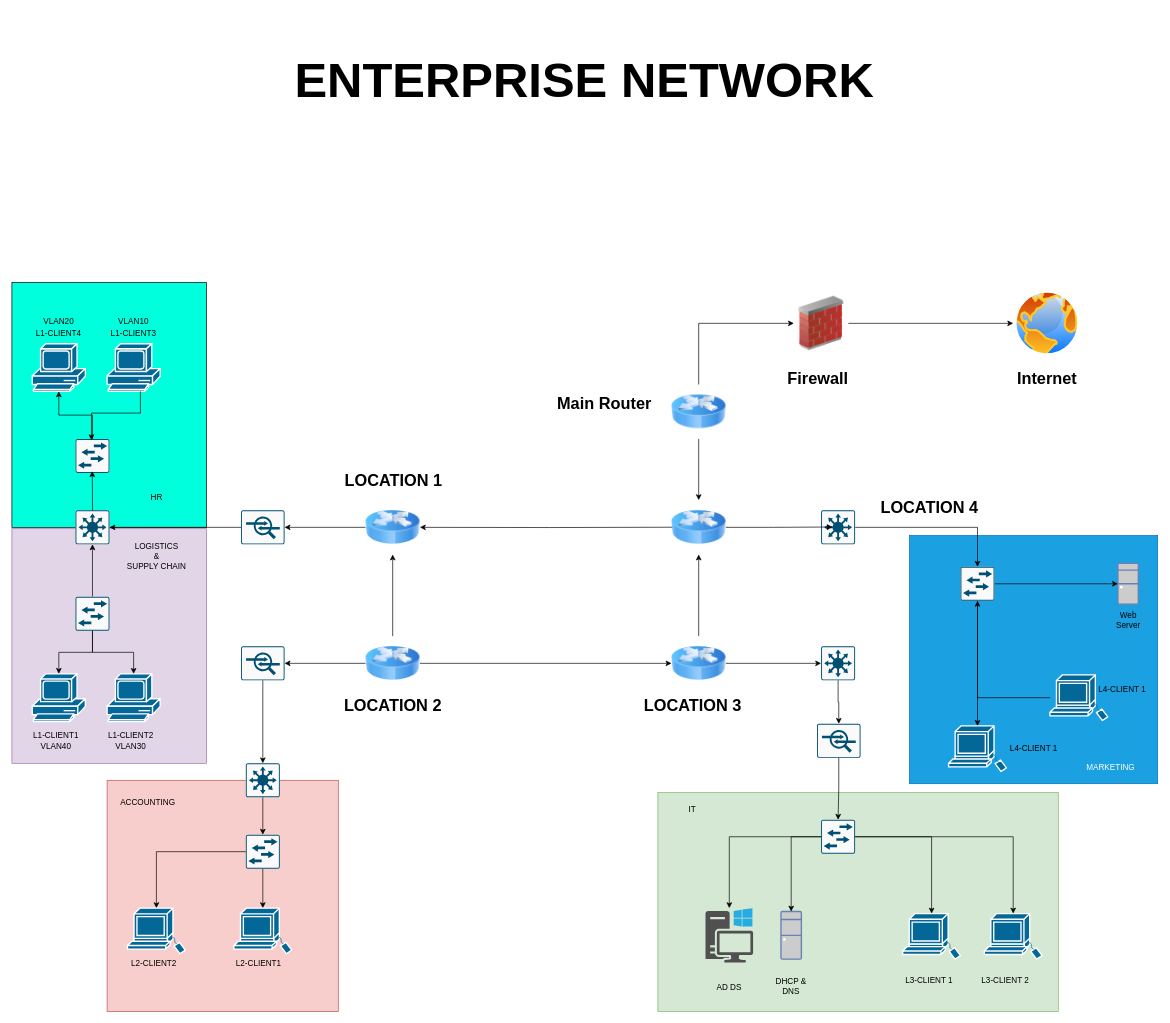
Before: diagrams/Enterprise network-01.drawio in james807/networks, a draw.io diagram. Source tidied: cells renumbered, new cells numbered last; positions are measured from the earlier drawing's top-left corner, leaving out a move shared by most shapes. Both pictures are drawn from the tidied source at 68%, with x=0, y=0 at pixel (12, 12).
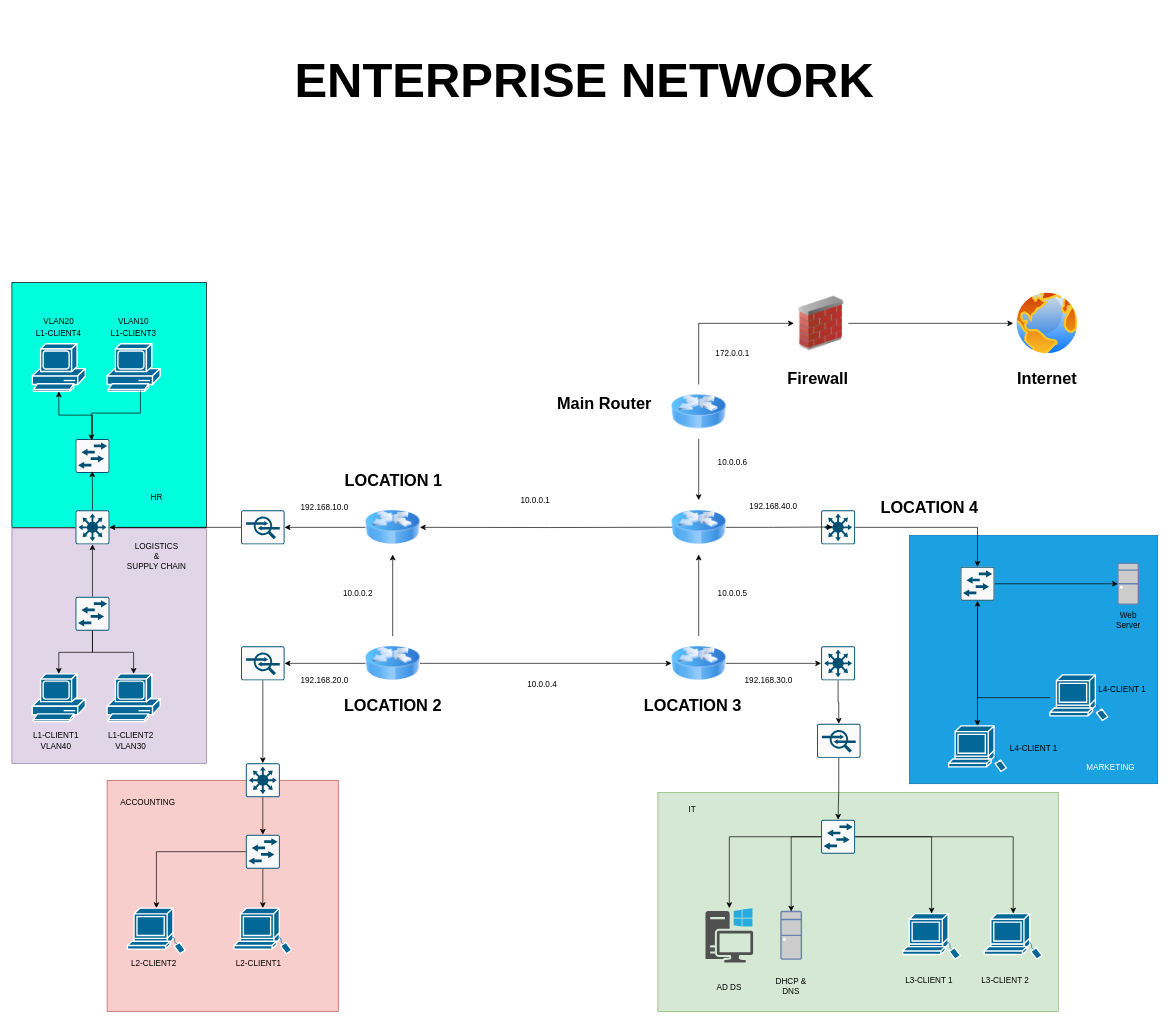
After the change.

The edit, as a diff of the source:
```diff
@@
+    <mxCell id="101" value="10.0.0.1" style="text;html=1;align=center;verticalAlign=middle;whiteSpace=wrap;rounded=0;" parent="1" vertex="1">
+      <mxGeometry x="740" y="703" width="60" height="30" as="geometry" />
+    </mxCell>
+    <mxCell id="102" value="10.0.0.5" style="text;html=1;align=center;verticalAlign=middle;whiteSpace=wrap;rounded=0;" parent="1" vertex="1">
+      <mxGeometry x="1030" y="841" width="60" height="30" as="geometry" />
+    </mxCell>
+    <mxCell id="103" value="10.0.0.2" style="text;html=1;align=center;verticalAlign=middle;whiteSpace=wrap;rounded=0;" parent="1" vertex="1">
+      <mxGeometry x="478.8" y="841" width="60" height="30" as="geometry" />
+    </mxCell>
+    <mxCell id="104" value="10.0.0.4" style="text;html=1;align=center;verticalAlign=middle;whiteSpace=wrap;rounded=0;" parent="1" vertex="1">
+      <mxGeometry x="750" y="973.5" width="60" height="30" as="geometry" />
+    </mxCell>
+    <mxCell id="105" value="10.0.0.6" style="text;html=1;align=center;verticalAlign=middle;whiteSpace=wrap;rounded=0;" parent="1" vertex="1">
+      <mxGeometry x="1030" y="648" width="60" height="30" as="geometry" />
+    </mxCell>
+    <mxCell id="106" value="172.0.0.1" style="text;html=1;align=center;verticalAlign=middle;whiteSpace=wrap;rounded=0;" parent="1" vertex="1">
+      <mxGeometry x="1030" y="488" width="60" height="30" as="geometry" />
+    </mxCell>
+    <mxCell id="107" value="192.168.10.0" style="text;html=1;align=center;verticalAlign=middle;whiteSpace=wrap;rounded=0;" parent="1" vertex="1">
+      <mxGeometry x="430" y="714" width="60" height="30" as="geometry" />
+    </mxCell>
+    <mxCell id="108" value="192.168.20.0" style="text;html=1;align=center;verticalAlign=middle;whiteSpace=wrap;rounded=0;" parent="1" vertex="1">
+      <mxGeometry x="430" y="968" width="60" height="30" as="geometry" />
+    </mxCell>
+    <mxCell id="109" value="192.168.30.0" style="text;html=1;align=center;verticalAlign=middle;whiteSpace=wrap;rounded=0;" parent="1" vertex="1">
+      <mxGeometry x="1082.5" y="968" width="60" height="30" as="geometry" />
+    </mxCell>
+    <mxCell id="110" value="192.168.40.0" style="text;html=1;align=center;verticalAlign=middle;whiteSpace=wrap;rounded=0;" parent="1" vertex="1">
+      <mxGeometry x="1090" y="698" width="60" height="60" as="geometry" />
+    </mxCell>
```
